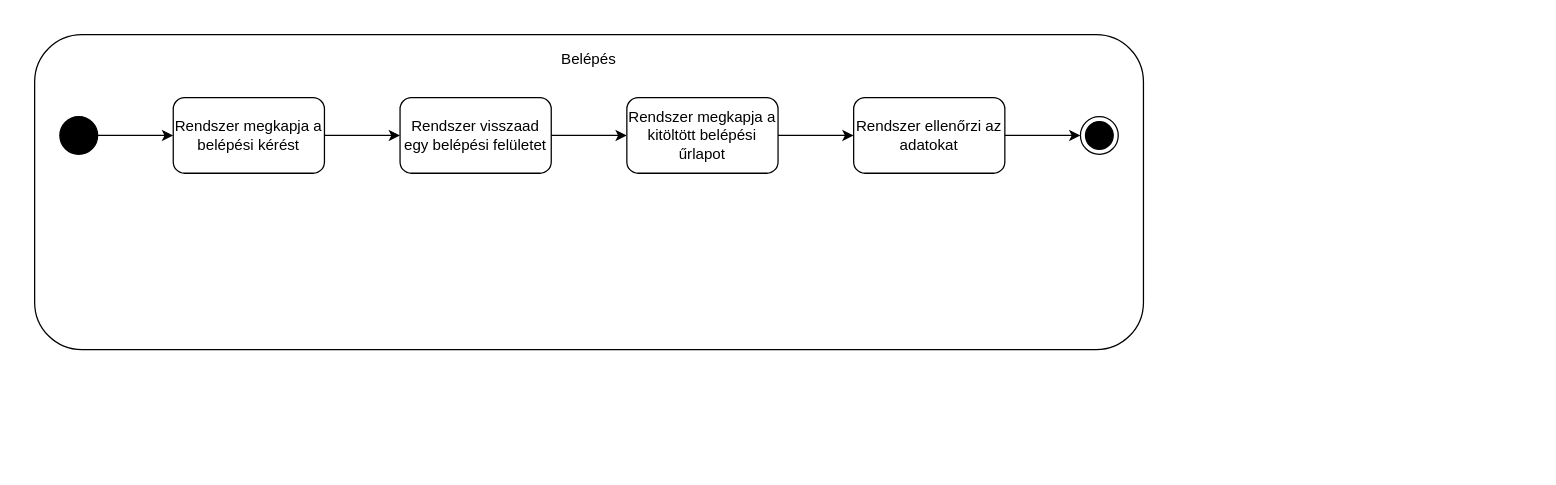
This is Tevekenyseg_diagramm.drawio from Ac1dD4v3/SzoftTech, a draw.io file, before an edit. Source tidied: cells renumbered, new cells numbered last; positions are measured from the earlier drawing's top-left corner, leaving out a move shared by most shapes. Both pictures are drawn from the tidied source at 126%, with x=0, y=0 at pixel (34, 34).
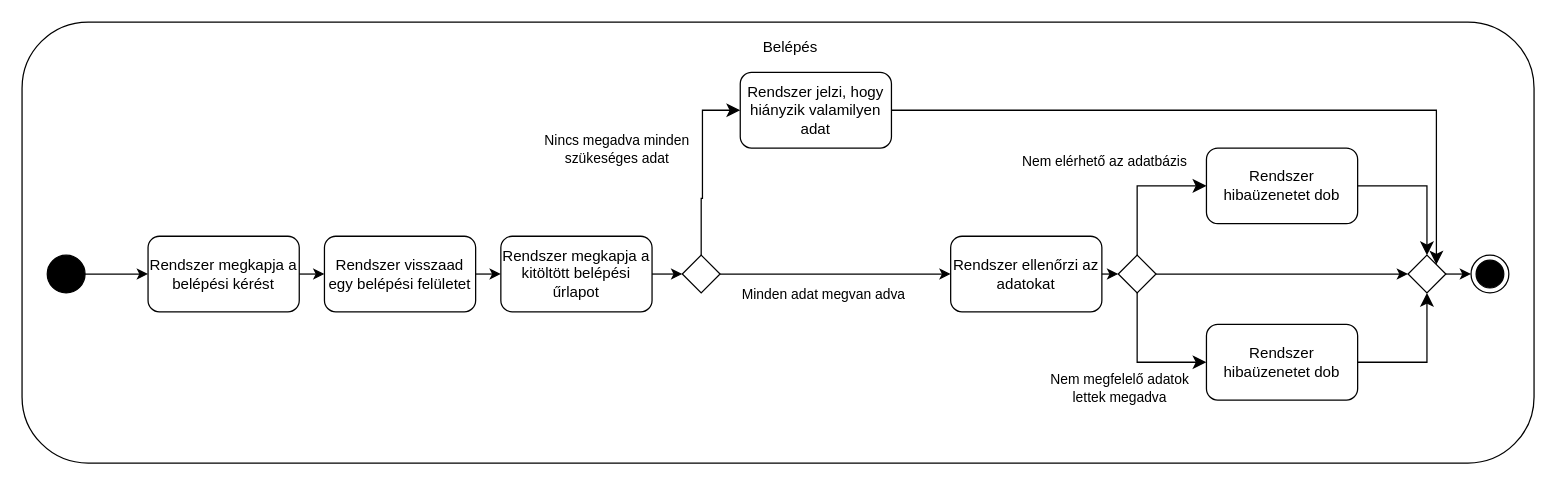
Above is the later version.

The edit, as a diff of the source:
```diff
@@
     <mxCell id="2" style="rounded=1;whiteSpace=wrap;html=1;" parent="1" vertex="1">
-      <mxGeometry width="880" height="250" as="geometry" />
+      <mxGeometry x="-10" y="-10" width="1200" height="350" as="geometry" />
     </mxCell>
     <mxCell id="3" value="Belépés" style="text;html=1;strokeColor=none;fillColor=none;align=center;verticalAlign=middle;whiteSpace=wrap;rounded=0;" parent="1" vertex="1">
-      <mxGeometry x="390" width="100" height="40" as="geometry" />
+      <mxGeometry x="550" y="-10" width="100" height="40" as="geometry" />
     </mxCell>
     <mxCell id="4" style="ellipse;fillColor=strokeColor;html=1;" parent="1" vertex="1">
-      <mxGeometry x="20" y="65" width="30" height="30" as="geometry" />
+      <mxGeometry x="10" y="175" width="30" height="30" as="geometry" />
     </mxCell>
@@
     <mxCell id="6" value="Rendszer megkapja a belépési kérést" style="rounded=1;whiteSpace=wrap;html=1;" parent="1" vertex="1">
-      <mxGeometry x="110" y="50" width="120" height="60" as="geometry" />
+      <mxGeometry x="90" y="160" width="120" height="60" as="geometry" />
     </mxCell>
     <mxCell id="7" value="Rendszer visszaad egy belépési felületet" style="rounded=1;whiteSpace=wrap;html=1;" parent="1" vertex="1">
-      <mxGeometry x="290" y="50" width="120" height="60" as="geometry" />
+      <mxGeometry x="230" y="160" width="120" height="60" as="geometry" />
     </mxCell>
@@
     <mxCell id="9" value="Rendszer megkapja a kitöltött belépési űrlapot" style="rounded=1;whiteSpace=wrap;html=1;" parent="1" vertex="1">
-      <mxGeometry x="470" y="50" width="120" height="60" as="geometry" />
+      <mxGeometry x="370" y="160" width="120" height="60" as="geometry" />
     </mxCell>
@@
     <mxCell id="11" value="Rendszer ellenőrzi az adatokat" style="rounded=1;whiteSpace=wrap;html=1;" parent="1" vertex="1">
-      <mxGeometry x="650" y="50" width="120" height="60" as="geometry" />
+      <mxGeometry x="727" y="160" width="120" height="60" as="geometry" />
     </mxCell>
-    <mxCell id="12" style="endArrow=classic;html=1;rounded=0;exitX=1;exitY=0.5;exitDx=0;exitDy=0;entryX=0;entryY=0.5;entryDx=0;entryDy=0;" parent="1" edge="1" source="9" target="11">
-      <mxGeometry relative="1" as="geometry" />
-    </mxCell>
     <mxCell id="13" style="ellipse;html=1;shape=endState;fillColor=strokeColor;" parent="1" vertex="1">
-      <mxGeometry x="830" y="65" width="30" height="30" as="geometry" />
+      <mxGeometry x="1140" y="175" width="30" height="30" as="geometry" />
     </mxCell>
-    <mxCell id="14" style="endArrow=classic;html=1;rounded=0;exitX=1;exitY=0.5;exitDx=0;exitDy=0;entryX=0;entryY=0.5;entryDx=0;entryDy=0;" parent="1" edge="1" source="11" target="13">
-      <mxGeometry relative="1" as="geometry" />
-    </mxCell>
+    <mxCell id="15" style="rhombus;whiteSpace=wrap;html=1;" parent="1" vertex="1">
+      <mxGeometry x="860" y="175" width="30" height="30" as="geometry" />
+    </mxCell>
+    <mxCell id="16" value="Rendszer hibaüzenetet dob" style="rounded=1;whiteSpace=wrap;html=1;" parent="1" vertex="1">
+      <mxGeometry x="930" y="90" width="120" height="60" as="geometry" />
+    </mxCell>
+    <mxCell id="17" value="Rendszer hibaüzenetet dob" style="rounded=1;whiteSpace=wrap;html=1;" parent="1" vertex="1">
+      <mxGeometry x="930" y="230" width="120" height="60" as="geometry" />
+    </mxCell>
+    <mxCell id="18" style="edgeStyle=segmentEdgeStyle;endArrow=classic;html=1;curved=0;rounded=0;endSize=8;startSize=8;exitX=0.5;exitY=0;exitDx=0;exitDy=0;entryX=0;entryY=0.5;entryDx=0;entryDy=0;" parent="1" edge="1" source="15" target="16">
+      <mxGeometry relative="1" as="geometry">
+        <Array as="points">
+          <mxPoint x="875" y="120" />
+        </Array>
+      </mxGeometry>
+    </mxCell>
+    <mxCell id="19" value="Nem elérhető az adatbázis" style="edgeLabel;html=1;align=center;verticalAlign=middle;" parent="18" vertex="1">
+      <mxGeometry x="0.1" y="-3" relative="1" as="geometry">
+        <mxPoint x="-33" y="-23" as="offset" />
+      </mxGeometry>
+    </mxCell>
+    <mxCell id="20" style="edgeStyle=segmentEdgeStyle;endArrow=classic;html=1;curved=0;rounded=0;endSize=8;startSize=8;exitX=0.5;exitY=1;exitDx=0;exitDy=0;entryX=0;entryY=0.5;entryDx=0;entryDy=0;" parent="1" edge="1" source="15" target="17">
+      <mxGeometry relative="1" as="geometry">
+        <Array as="points">
+          <mxPoint x="875" y="260" />
+        </Array>
+      </mxGeometry>
+    </mxCell>
+    <mxCell id="21" value="Nem megfelelő adatok&lt;br&gt;lettek megadva" style="edgeLabel;html=1;align=center;verticalAlign=middle;" parent="20" vertex="1">
+      <mxGeometry x="-0.36" y="4" relative="1" as="geometry">
+        <mxPoint x="-19" y="40" as="offset" />
+      </mxGeometry>
+    </mxCell>
+    <mxCell id="22" style="edgeStyle=segmentEdgeStyle;endArrow=classic;html=1;curved=0;rounded=0;endSize=8;startSize=8;exitX=1;exitY=0.5;exitDx=0;exitDy=0;entryX=0.5;entryY=0;entryDx=0;entryDy=0;" parent="1" edge="1" source="16" target="23">
+      <mxGeometry relative="1" as="geometry" />
+    </mxCell>
+    <mxCell id="23" style="rhombus;whiteSpace=wrap;html=1;" parent="1" vertex="1">
+      <mxGeometry x="1090" y="175" width="30" height="30" as="geometry" />
+    </mxCell>
+    <mxCell id="24" style="edgeStyle=segmentEdgeStyle;endArrow=classic;html=1;curved=0;rounded=0;endSize=8;startSize=8;exitX=1;exitY=0.5;exitDx=0;exitDy=0;entryX=0.5;entryY=1;entryDx=0;entryDy=0;" parent="1" edge="1" source="17" target="23">
+      <mxGeometry relative="1" as="geometry" />
+    </mxCell>
+    <mxCell id="25" style="rhombus;whiteSpace=wrap;html=1;" parent="1" vertex="1">
+      <mxGeometry x="514" y="175" width="30" height="30" as="geometry" />
+    </mxCell>
+    <mxCell id="26" style="endArrow=classic;html=1;rounded=0;exitX=1;exitY=0.5;exitDx=0;exitDy=0;entryX=0;entryY=0.5;entryDx=0;entryDy=0;" parent="1" edge="1" source="9" target="25">
+      <mxGeometry relative="1" as="geometry" />
+    </mxCell>
+    <mxCell id="27" value="Rendszer jelzi, hogy hiányzik valamilyen adat" style="rounded=1;whiteSpace=wrap;html=1;" parent="1" vertex="1">
+      <mxGeometry x="560" y="30" width="120" height="60" as="geometry" />
+    </mxCell>
+    <mxCell id="28" style="edgeStyle=segmentEdgeStyle;endArrow=classic;html=1;curved=0;rounded=0;endSize=8;startSize=8;exitX=0.5;exitY=0;exitDx=0;exitDy=0;entryX=0;entryY=0.5;entryDx=0;entryDy=0;" parent="1" edge="1" source="25" target="27">
+      <mxGeometry relative="1" as="geometry">
+        <Array as="points">
+          <mxPoint x="530" y="130" />
+        </Array>
+      </mxGeometry>
+    </mxCell>
+    <mxCell id="29" value="Nincs megadva minden&lt;br&gt;szükeséges adat" style="edgeLabel;html=1;align=center;verticalAlign=middle;" parent="28" vertex="1">
+      <mxGeometry x="-0.29" y="-4" relative="1" as="geometry">
+        <mxPoint x="-73" y="-34" as="offset" />
+      </mxGeometry>
+    </mxCell>
+    <mxCell id="30" style="edgeStyle=segmentEdgeStyle;endArrow=classic;html=1;curved=0;rounded=0;endSize=8;startSize=8;exitX=1;exitY=0.5;exitDx=0;exitDy=0;entryX=1;entryY=0;entryDx=0;entryDy=0;" parent="1" edge="1" source="27" target="23">
+      <mxGeometry relative="1" as="geometry">
+        <Array as="points">
+          <mxPoint x="680" y="60" />
+          <mxPoint x="1113" y="60" />
+        </Array>
+      </mxGeometry>
+    </mxCell>
+    <mxCell id="31" style="endArrow=classic;html=1;rounded=0;exitX=1;exitY=0.5;exitDx=0;exitDy=0;entryX=0;entryY=0.5;entryDx=0;entryDy=0;" parent="1" edge="1" source="25" target="11">
+      <mxGeometry relative="1" as="geometry" />
+    </mxCell>
+    <mxCell id="32" value="Minden adat megvan adva" style="edgeLabel;html=1;align=center;verticalAlign=middle;" parent="31" vertex="1">
+      <mxGeometry x="-0.33" relative="1" as="geometry">
+        <mxPoint x="20" y="15" as="offset" />
+      </mxGeometry>
+    </mxCell>
+    <mxCell id="33" style="endArrow=classic;html=1;rounded=0;exitX=1;exitY=0.5;exitDx=0;exitDy=0;entryX=0;entryY=0.5;entryDx=0;entryDy=0;" parent="1" edge="1" source="23" target="13">
+      <mxGeometry relative="1" as="geometry" />
+    </mxCell>
+    <mxCell id="34" style="endArrow=classic;html=1;rounded=0;exitX=1;exitY=0.5;exitDx=0;exitDy=0;entryX=0;entryY=0.5;entryDx=0;entryDy=0;" parent="1" edge="1" source="11" target="15">
+      <mxGeometry relative="1" as="geometry" />
+    </mxCell>
+    <mxCell id="35" style="endArrow=classic;html=1;rounded=0;exitX=1;exitY=0.5;exitDx=0;exitDy=0;entryX=0;entryY=0.5;entryDx=0;entryDy=0;" parent="1" edge="1" source="15" target="23">
+      <mxGeometry relative="1" as="geometry" />
+    </mxCell>
```
